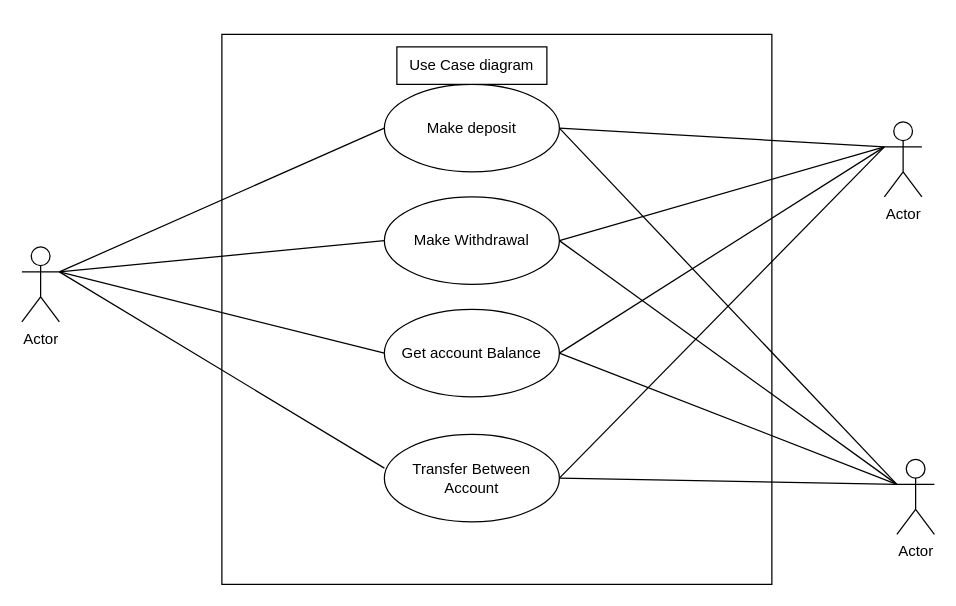
rslatif/draw.io- keeps this draw.io diagram as Untitled Diagram.drawio. Above is the earlier version. Source tidied: cells renumbered, new cells numbered last; positions are measured from the earlier drawing's top-left corner, leaving out a move shared by most shapes. Both pictures are drawn from the tidied source at 125%, with x=0, y=0 at pixel (21, 34).
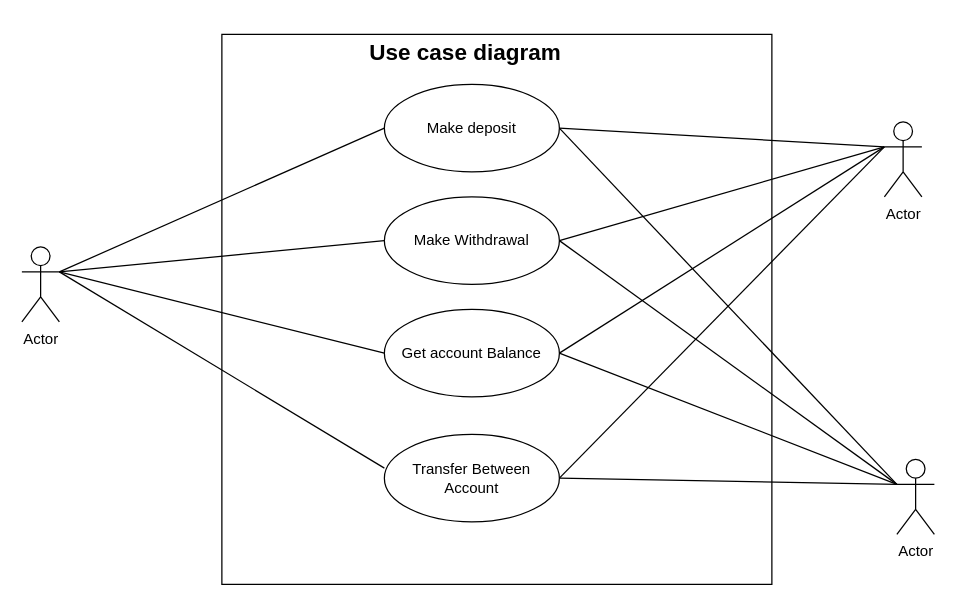
Above is the later version.

Diff of the diagram source:
```diff
@@
-    <mxCell id="22" value="Use Case diagram" style="rounded=0;whiteSpace=wrap;html=1;" parent="1" vertex="1">
-      <mxGeometry x="300" y="10" width="120" height="30" as="geometry" />
-    </mxCell>
+    <mxCell id="23" value="&lt;h2&gt;Use case diagram&lt;/h2&gt;" style="text;html=1;align=center;verticalAlign=middle;whiteSpace=wrap;rounded=0;" parent="1" vertex="1">
+      <mxGeometry x="250" width="210" height="30" as="geometry" />
+    </mxCell>
```
